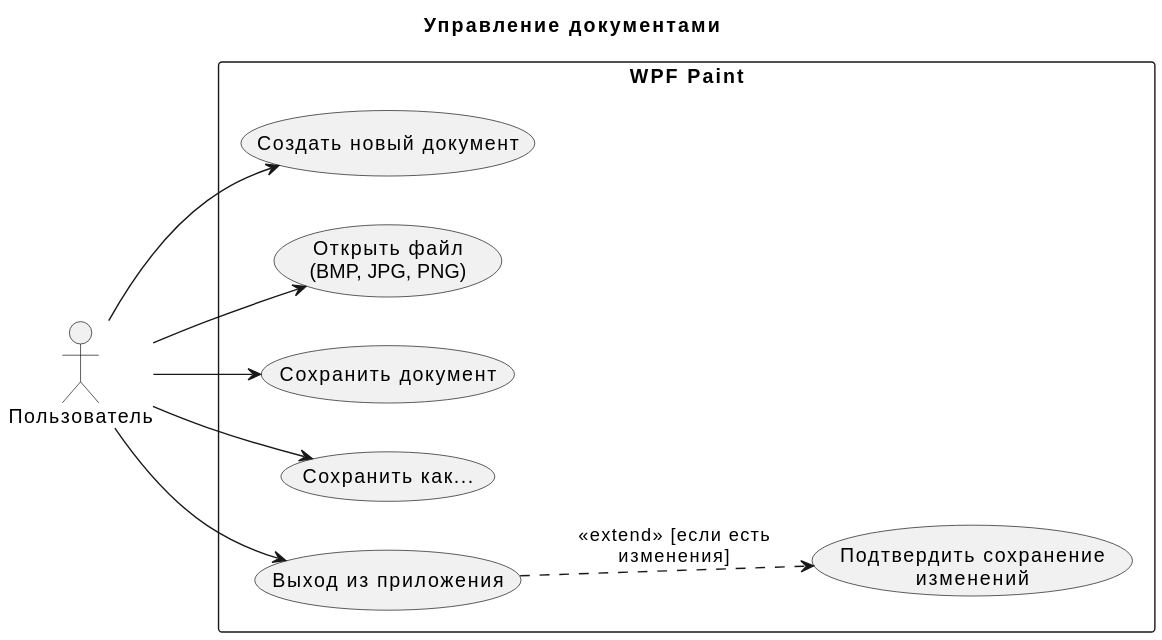
Earlier version of the PlantUML export UML/Управление документами.svg (ObemaM/WPFPaint).
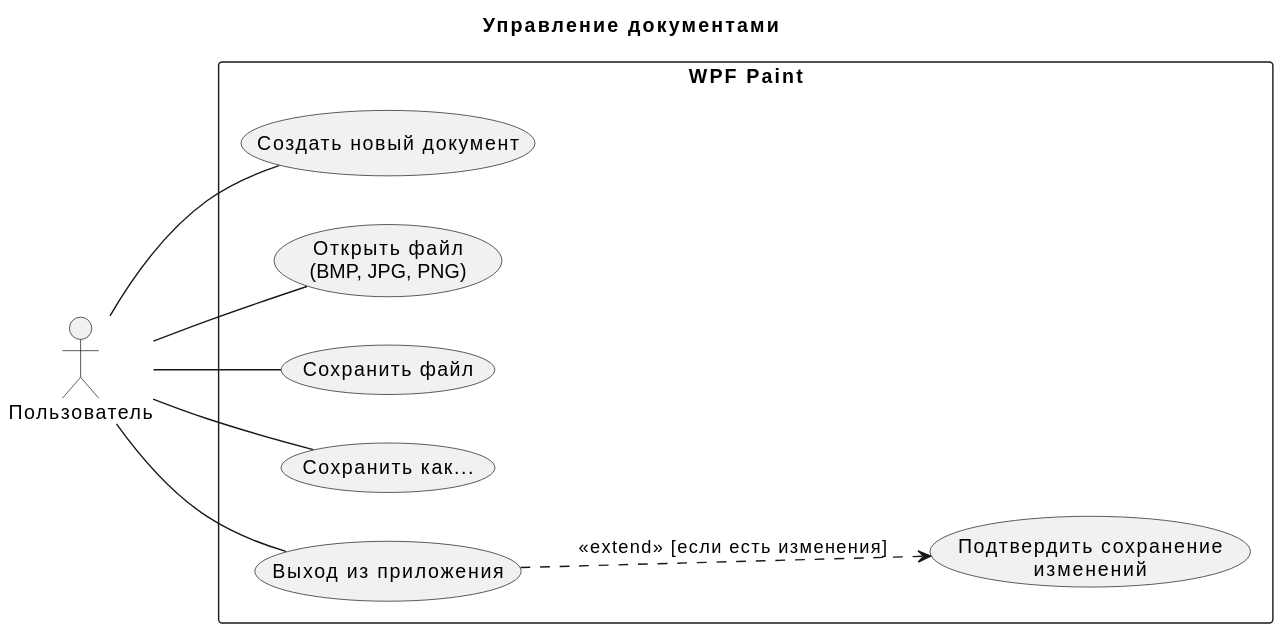
After the commit.

The edit, as a diff of the source:
```diff
@@ -7,18 +7,18 @@
 rectangle "WPF Paint" {
     usecase "Создать новый документ" as UC_New
     usecase "Открыть файл\n(BMP, JPG, PNG)" as UC_Open
-    usecase "Сохранить документ" as UC_Save
+    usecase "Сохранить файл" as UC_Save
     usecase "Сохранить как..." as UC_SaveAs
     usecase "Выход из приложения" as UC_Exit
 
     usecase "Подтвердить сохранение\nизменений" as UC_Confirm
 }
 
-Пользователь --> UC_New
-Пользователь --> UC_Open
-Пользователь --> UC_Save
-Пользователь --> UC_SaveAs
-Пользователь --> UC_Exit
+Пользователь -- UC_New
+Пользователь -- UC_Open
+Пользователь -- UC_Save
+Пользователь -- UC_SaveAs
+Пользователь -- UC_Exit
 
-UC_Exit ..> UC_Confirm : <<extend>> [если есть\nизменения]
+UC_Exit ..> UC_Confirm : <<extend>> [если есть изменения]
 @enduml
```
